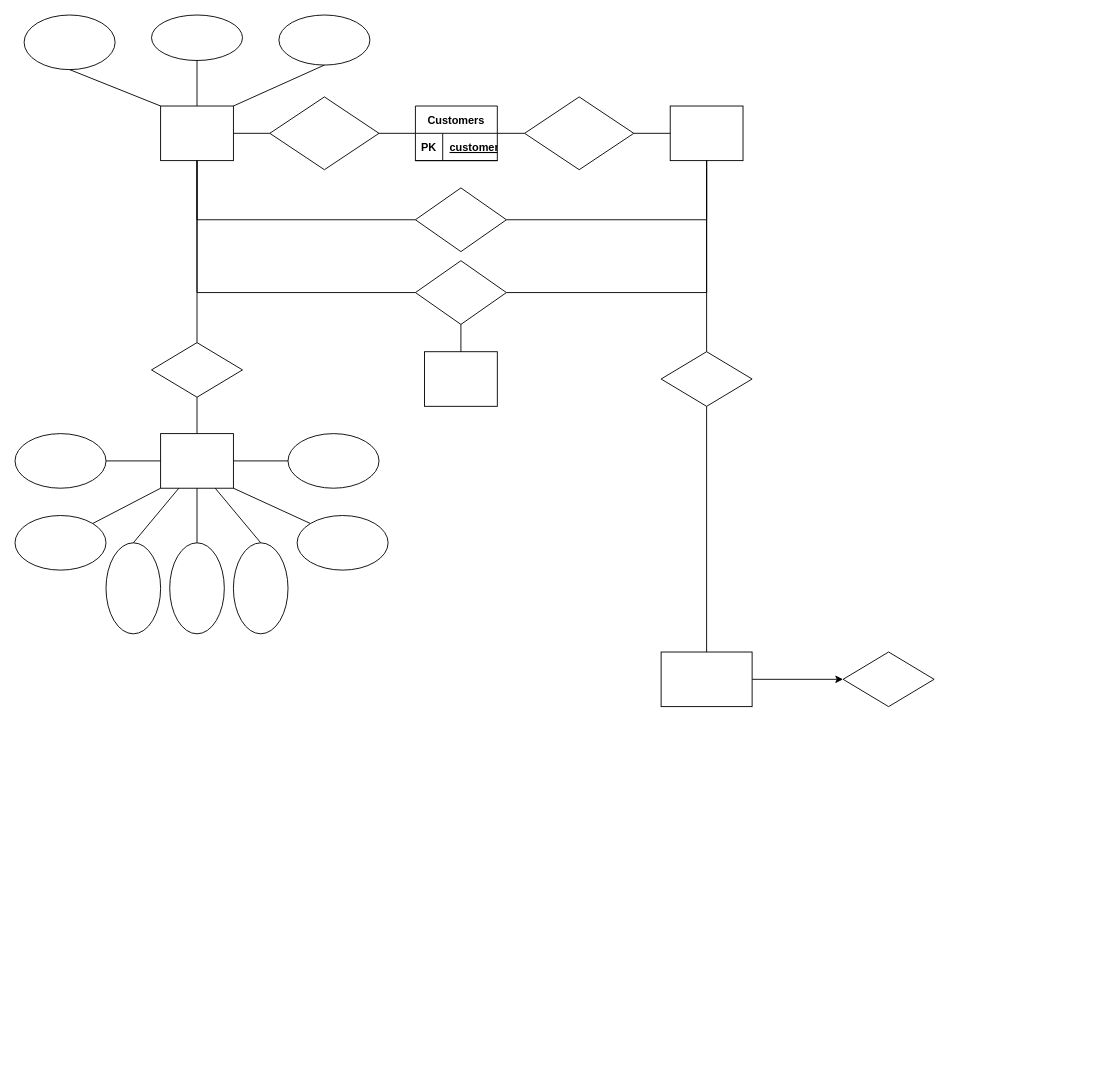
This is .vscode/Untitled Diagram.drawio from aprilip/test, a draw.io file, before an edit. Source tidied: cells renumbered, new cells numbered last; positions are measured from the earlier drawing's top-left corner, leaving out a move shared by most shapes. Both pictures are drawn from the tidied source at 91%, with x=0, y=0 at pixel (15, 15).
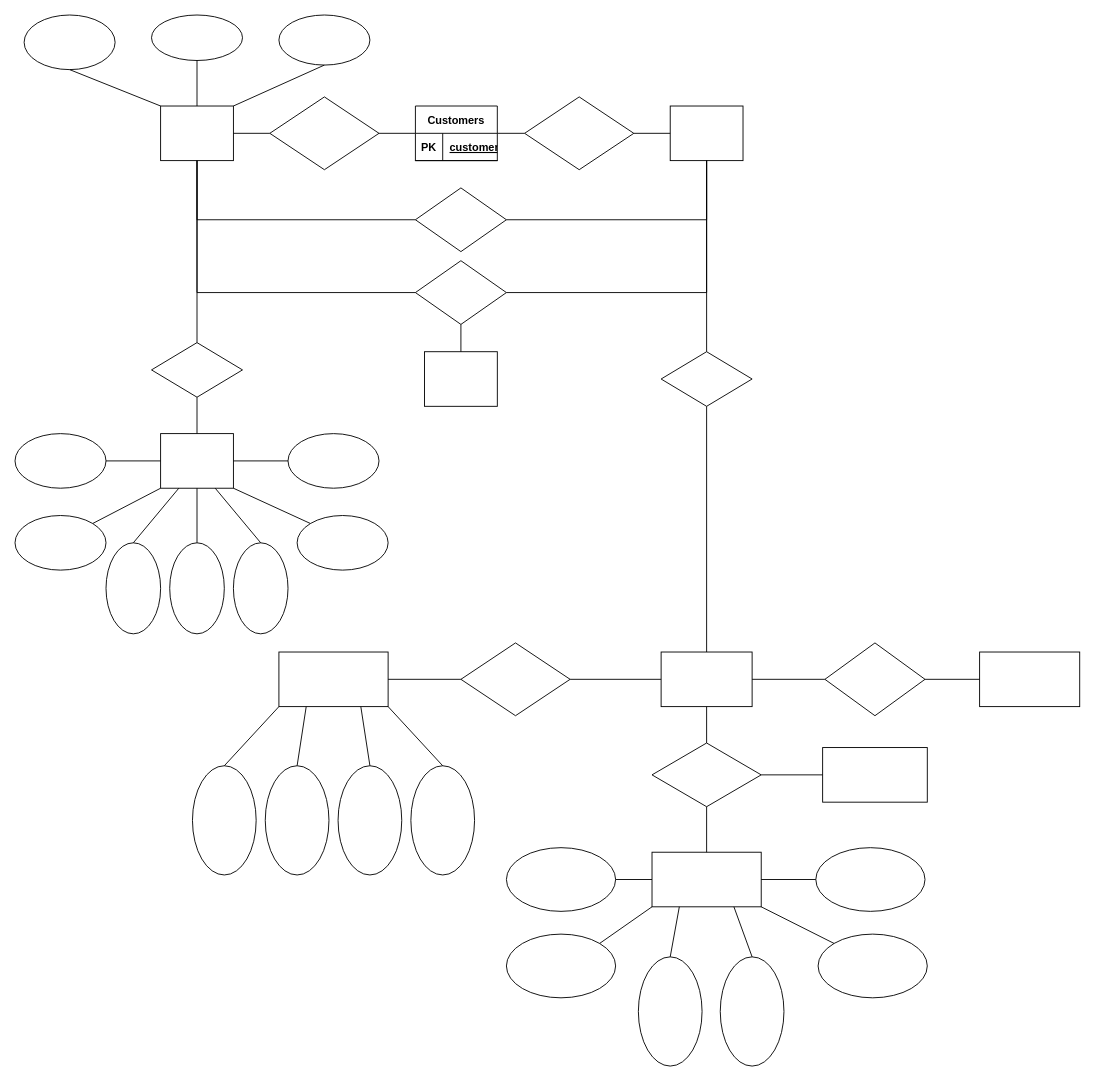
After the change.

The change refers to these unchanged cells:
```xml
<mxCell id="29" style="whiteSpace=wrap;html=1;startSize=30;fontStyle=1;" parent="1" vertex="1">
  <mxGeometry x="710" y="700" width="100" height="60" as="geometry" />
</mxCell>
```

Diff of the diagram source:
```diff
@@
-    <mxCell id="28" style="edgeStyle=none;rounded=0;jettySize=auto;html=1;" parent="1" edge="1" source="29" target="53">
-      <mxGeometry relative="1" as="geometry" />
-    </mxCell>
@@
     <mxCell id="53" style="rhombus;whiteSpace=wrap;html=1;startSize=30;fontStyle=1;" parent="1" vertex="1">
-      <mxGeometry x="910" y="700" width="100" height="60" as="geometry" />
+      <mxGeometry x="890" y="690" width="110" height="80" as="geometry" />
     </mxCell>
+    <mxCell id="54" style="whiteSpace=wrap;html=1;startSize=30;fontStyle=1;" parent="1" vertex="1">
+      <mxGeometry x="1060" y="700" width="110" height="60" as="geometry" />
+    </mxCell>
+    <mxCell id="55" style="rhombus;whiteSpace=wrap;html=1;startSize=30;fontStyle=1;" parent="1" vertex="1">
+      <mxGeometry x="700" y="800" width="120" height="70" as="geometry" />
+    </mxCell>
+    <mxCell id="56" style="edgeStyle=none;rounded=0;orthogonalLoop=1;jettySize=auto;html=1;exitX=1;exitY=1;exitDx=0;exitDy=0;" parent="1" edge="1" source="55" target="55">
+      <mxGeometry relative="1" as="geometry" />
+    </mxCell>
+    <mxCell id="57" style="whiteSpace=wrap;html=1;startSize=30;fontStyle=1;" parent="1" vertex="1">
+      <mxGeometry x="887.5" y="805" width="115" height="60" as="geometry" />
+    </mxCell>
+    <mxCell id="58" style="whiteSpace=wrap;html=1;startSize=30;fontStyle=1;" parent="1" vertex="1">
+      <mxGeometry x="700" y="920" width="120" height="60" as="geometry" />
+    </mxCell>
+    <mxCell id="59" style="ellipse;whiteSpace=wrap;html=1;" parent="1" vertex="1">
+      <mxGeometry x="880" y="915" width="120" height="70" as="geometry" />
+    </mxCell>
+    <mxCell id="60" style="ellipse;whiteSpace=wrap;html=1;" parent="1" vertex="1">
+      <mxGeometry x="882.5" y="1010" width="120" height="70" as="geometry" />
+    </mxCell>
+    <mxCell id="61" style="ellipse;whiteSpace=wrap;html=1;" parent="1" vertex="1">
+      <mxGeometry x="540" y="915" width="120" height="70" as="geometry" />
+    </mxCell>
+    <mxCell id="62" style="ellipse;whiteSpace=wrap;html=1;" parent="1" vertex="1">
+      <mxGeometry x="540" y="1010" width="120" height="70" as="geometry" />
+    </mxCell>
+    <mxCell id="63" style="ellipse;whiteSpace=wrap;html=1;rotation=90;" parent="1" vertex="1">
+      <mxGeometry x="660" y="1060" width="120" height="70" as="geometry" />
+    </mxCell>
+    <mxCell id="64" style="ellipse;whiteSpace=wrap;html=1;rotation=90;" parent="1" vertex="1">
+      <mxGeometry x="750" y="1060" width="120" height="70" as="geometry" />
+    </mxCell>
+    <mxCell id="65" style="rhombus;whiteSpace=wrap;html=1;startSize=30;fontStyle=1;" parent="1" vertex="1">
+      <mxGeometry x="490" y="690" width="120" height="80" as="geometry" />
+    </mxCell>
+    <mxCell id="66" style="whiteSpace=wrap;html=1;startSize=30;fontStyle=1;" parent="1" vertex="1">
+      <mxGeometry x="290" y="700" width="120" height="60" as="geometry" />
+    </mxCell>
+    <mxCell id="67" style="ellipse;whiteSpace=wrap;html=1;rotation=90;" parent="1" vertex="1">
+      <mxGeometry x="410" y="850" width="120" height="70" as="geometry" />
+    </mxCell>
+    <mxCell id="68" style="ellipse;whiteSpace=wrap;html=1;rotation=90;" parent="1" vertex="1">
+      <mxGeometry x="330" y="850" width="120" height="70" as="geometry" />
+    </mxCell>
+    <mxCell id="69" style="ellipse;whiteSpace=wrap;html=1;rotation=90;" parent="1" vertex="1">
+      <mxGeometry x="250" y="850" width="120" height="70" as="geometry" />
+    </mxCell>
+    <mxCell id="70" style="ellipse;whiteSpace=wrap;html=1;rotation=90;" parent="1" vertex="1">
+      <mxGeometry x="170" y="850" width="120" height="70" as="geometry" />
+    </mxCell>
+    <mxCell id="71" style="endArrow=none;html=1;rounded=0;exitX=0;exitY=0.5;exitDx=0;exitDy=0;entryX=0;entryY=1;entryDx=0;entryDy=0;" parent="1" edge="1" source="70" target="66">
+      <mxGeometry relative="1" as="geometry" />
+    </mxCell>
+    <mxCell id="72" style="endArrow=none;html=1;rounded=0;exitX=0;exitY=0.5;exitDx=0;exitDy=0;entryX=0.25;entryY=1;entryDx=0;entryDy=0;" parent="1" edge="1" source="69" target="66">
+      <mxGeometry relative="1" as="geometry" />
+    </mxCell>
+    <mxCell id="73" style="endArrow=none;html=1;rounded=0;exitX=0;exitY=0.5;exitDx=0;exitDy=0;entryX=0.75;entryY=1;entryDx=0;entryDy=0;" parent="1" edge="1" source="68" target="66">
+      <mxGeometry relative="1" as="geometry" />
+    </mxCell>
+    <mxCell id="74" style="endArrow=none;html=1;rounded=0;exitX=0;exitY=0.5;exitDx=0;exitDy=0;entryX=1;entryY=1;entryDx=0;entryDy=0;" parent="1" edge="1" source="67" target="66">
+      <mxGeometry relative="1" as="geometry" />
+    </mxCell>
+    <mxCell id="75" style="endArrow=none;html=1;rounded=0;entryX=0;entryY=0.5;entryDx=0;entryDy=0;exitX=1;exitY=0.5;exitDx=0;exitDy=0;" parent="1" edge="1" source="65" target="29">
+      <mxGeometry relative="1" as="geometry" />
+    </mxCell>
+    <mxCell id="28" style="endArrow=none;html=1;rounded=0;entryX=0;entryY=0.5;entryDx=0;entryDy=0;exitX=1;exitY=0.5;exitDx=0;exitDy=0;" parent="1" edge="1" source="29" target="53">
+      <mxGeometry relative="1" as="geometry" />
+    </mxCell>
+    <mxCell id="76" style="endArrow=none;html=1;rounded=0;entryX=1;entryY=0.5;entryDx=0;entryDy=0;exitX=0;exitY=0.5;exitDx=0;exitDy=0;" parent="1" edge="1" source="54" target="53">
+      <mxGeometry relative="1" as="geometry" />
+    </mxCell>
+    <mxCell id="77" style="endArrow=none;html=1;rounded=0;entryX=0.5;entryY=1;entryDx=0;entryDy=0;exitX=0.5;exitY=0;exitDx=0;exitDy=0;" parent="1" edge="1" source="55" target="29">
+      <mxGeometry relative="1" as="geometry" />
+    </mxCell>
+    <mxCell id="78" style="endArrow=none;html=1;rounded=0;entryX=0;entryY=0.5;entryDx=0;entryDy=0;exitX=1;exitY=0.5;exitDx=0;exitDy=0;" parent="1" edge="1" source="66" target="65">
+      <mxGeometry relative="1" as="geometry" />
+    </mxCell>
+    <mxCell id="79" style="endArrow=none;html=1;rounded=0;entryX=0.5;entryY=1;entryDx=0;entryDy=0;exitX=0.5;exitY=0;exitDx=0;exitDy=0;" parent="1" edge="1" source="58" target="55">
+      <mxGeometry relative="1" as="geometry" />
+    </mxCell>
+    <mxCell id="80" style="endArrow=none;html=1;rounded=0;entryX=1;entryY=0.5;entryDx=0;entryDy=0;exitX=0;exitY=0.5;exitDx=0;exitDy=0;" parent="1" edge="1" source="57" target="55">
+      <mxGeometry relative="1" as="geometry" />
+    </mxCell>
+    <mxCell id="81" style="endArrow=none;html=1;rounded=0;entryX=0;entryY=0.5;entryDx=0;entryDy=0;exitX=1;exitY=0.5;exitDx=0;exitDy=0;" parent="1" edge="1" source="61" target="58">
+      <mxGeometry relative="1" as="geometry" />
+    </mxCell>
+    <mxCell id="82" style="endArrow=none;html=1;rounded=0;entryX=0;entryY=1;entryDx=0;entryDy=0;exitX=1;exitY=0;exitDx=0;exitDy=0;" parent="1" edge="1" source="62" target="58">
+      <mxGeometry relative="1" as="geometry" />
+    </mxCell>
+    <mxCell id="83" style="endArrow=none;html=1;rounded=0;entryX=0.25;entryY=1;entryDx=0;entryDy=0;exitX=0;exitY=0.5;exitDx=0;exitDy=0;" parent="1" edge="1" source="63" target="58">
+      <mxGeometry relative="1" as="geometry" />
+    </mxCell>
+    <mxCell id="84" style="endArrow=none;html=1;rounded=0;entryX=0.75;entryY=1;entryDx=0;entryDy=0;exitX=0;exitY=0.5;exitDx=0;exitDy=0;" parent="1" edge="1" source="64" target="58">
+      <mxGeometry relative="1" as="geometry" />
+    </mxCell>
+    <mxCell id="85" style="endArrow=none;html=1;rounded=0;entryX=1;entryY=1;entryDx=0;entryDy=0;exitX=0;exitY=0;exitDx=0;exitDy=0;" parent="1" edge="1" source="60" target="58">
+      <mxGeometry relative="1" as="geometry" />
+    </mxCell>
+    <mxCell id="86" style="endArrow=none;html=1;rounded=0;entryX=1;entryY=0.5;entryDx=0;entryDy=0;exitX=0;exitY=0.5;exitDx=0;exitDy=0;" parent="1" edge="1" source="59" target="58">
+      <mxGeometry relative="1" as="geometry" />
+    </mxCell>
```
